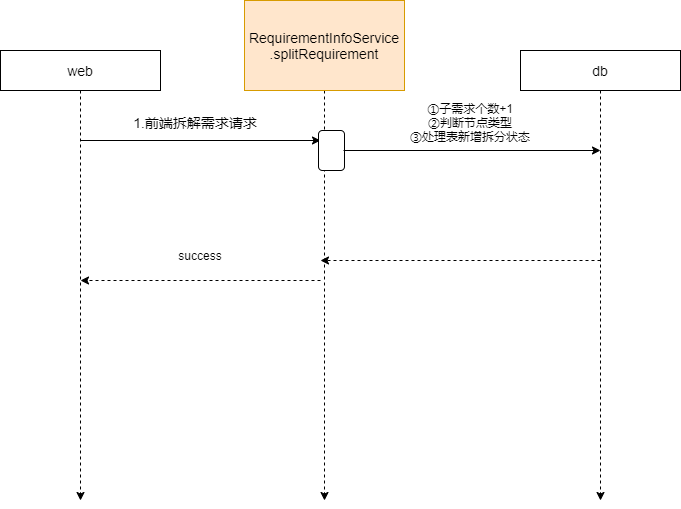
This is Company/requirement.png from LePeitiPrince/note-picture, a draw.io export, as it was before one commit. Source tidied: cells renumbered, new cells last; positions are measured from the earlier drawing's top-left corner, leaving out a move shared by most shapes. The source it was exported from:
```xml
<mxGraphModel>
  <root>
    <mxCell id="0" />
    <mxCell id="1" parent="0" />
    <mxCell id="2" style="edgeStyle=orthogonalEdgeStyle;rounded=0;jettySize=auto;html=1;exitX=0.5;exitY=1;exitDx=0;exitDy=0;fontSize=14;dashed=1;" parent="1" edge="1" source="3">
      <mxGeometry relative="1" as="geometry">
        <mxPoint x="80" y="500" as="targetPoint" />
      </mxGeometry>
    </mxCell>
    <mxCell id="3" value="web" style="rounded=0;whiteSpace=wrap;html=1;fontSize=14;" parent="1" vertex="1">
      <mxGeometry y="50" width="160" height="40" as="geometry" />
    </mxCell>
    <mxCell id="4" style="edgeStyle=orthogonalEdgeStyle;rounded=0;jettySize=auto;html=1;exitX=0.5;exitY=1;exitDx=0;exitDy=0;fontSize=14;dashed=1;" parent="1" edge="1" source="5">
      <mxGeometry relative="1" as="geometry">
        <mxPoint x="324" y="500" as="targetPoint" />
      </mxGeometry>
    </mxCell>
    <mxCell id="5" value="RequirementInfoService&lt;br&gt;.splitRequirement" style="rounded=0;whiteSpace=wrap;html=1;fontSize=14;fillColor=#ffe6cc;strokeColor=#d79b00;" parent="1" vertex="1">
      <mxGeometry x="244" width="160" height="90" as="geometry" />
    </mxCell>
    <mxCell id="6" style="edgeStyle=orthogonalEdgeStyle;rounded=0;jettySize=auto;html=1;exitX=0.5;exitY=1;exitDx=0;exitDy=0;fontSize=14;dashed=1;" parent="1" edge="1" source="7">
      <mxGeometry relative="1" as="geometry">
        <mxPoint x="600" y="500" as="targetPoint" />
      </mxGeometry>
    </mxCell>
    <mxCell id="7" value="db" style="rounded=0;whiteSpace=wrap;html=1;fontSize=14;" parent="1" vertex="1">
      <mxGeometry x="520" y="50" width="160" height="40" as="geometry" />
    </mxCell>
    <mxCell id="8" style="endArrow=classic;html=1;rounded=0;fontSize=14;" parent="1" edge="1">
      <mxGeometry relative="1" as="geometry">
        <mxPoint x="80" y="140" as="sourcePoint" />
        <mxPoint x="320" y="140" as="targetPoint" />
      </mxGeometry>
    </mxCell>
    <mxCell id="9" value="1.前端拆解需求请求" style="text;html=1;strokeColor=none;fillColor=none;align=center;verticalAlign=middle;whiteSpace=wrap;rounded=0;fontSize=14;" parent="1" vertex="1">
      <mxGeometry x="100" y="107" width="190" height="30" as="geometry" />
    </mxCell>
    <mxCell id="10" style="rounded=1;whiteSpace=wrap;html=1;fontSize=14;" parent="1" vertex="1">
      <mxGeometry x="318" y="130" width="26" height="40" as="geometry" />
    </mxCell>
    <mxCell id="11" style="endArrow=classic;html=1;rounded=0;fontSize=14;" parent="1" edge="1">
      <mxGeometry relative="1" as="geometry">
        <mxPoint x="343" y="150" as="sourcePoint" />
        <mxPoint x="600" y="150" as="targetPoint" />
      </mxGeometry>
    </mxCell>
    <mxCell id="12" value="①子需求个数+1&lt;br&gt;②判断节点类型&lt;br&gt;③处理表新增拆分状态" style="text;html=1;strokeColor=none;fillColor=none;align=center;verticalAlign=middle;whiteSpace=wrap;rounded=0;fontSize=12;" parent="1" vertex="1">
      <mxGeometry x="360" y="107" width="220" height="30" as="geometry" />
    </mxCell>
    <mxCell id="13" style="endArrow=classic;html=1;rounded=0;fontSize=12;dashed=1;" parent="1" edge="1">
      <mxGeometry relative="1" as="geometry">
        <mxPoint x="600" y="260" as="sourcePoint" />
        <mxPoint x="320" y="260" as="targetPoint" />
      </mxGeometry>
    </mxCell>
    <mxCell id="14" style="endArrow=classic;html=1;rounded=0;dashed=1;fontSize=12;" parent="1" edge="1">
      <mxGeometry relative="1" as="geometry">
        <mxPoint x="320" y="280" as="sourcePoint" />
        <mxPoint x="80" y="280" as="targetPoint" />
      </mxGeometry>
    </mxCell>
    <mxCell id="15" value="success" style="text;html=1;strokeColor=none;fillColor=none;align=center;verticalAlign=middle;whiteSpace=wrap;rounded=0;fontSize=12;" parent="1" vertex="1">
      <mxGeometry x="170" y="240" width="60" height="30" as="geometry" />
    </mxCell>
  </root>
</mxGraphModel>
```
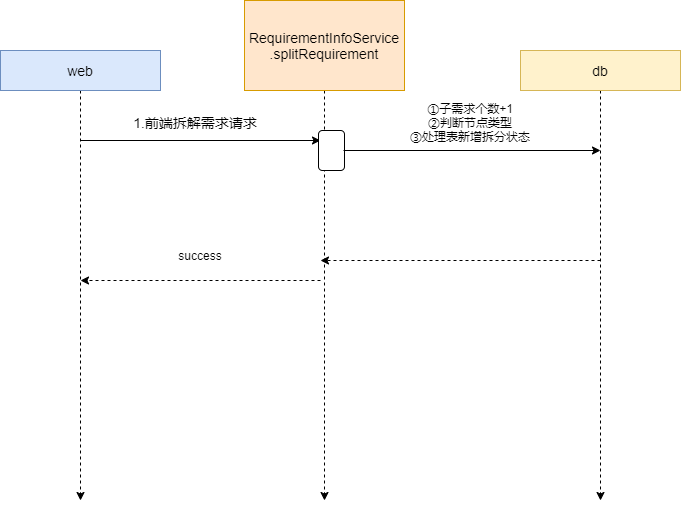
The same file after the commit.

Change to the diagram source:
```diff
@@ -7,7 +7,7 @@
         <mxPoint x="80" y="500" as="targetPoint" />
       </mxGeometry>
     </mxCell>
-    <mxCell id="3" value="web" style="rounded=0;whiteSpace=wrap;html=1;fontSize=14;" parent="1" vertex="1">
+    <mxCell id="3" value="web" style="rounded=0;whiteSpace=wrap;html=1;fontSize=14;fillColor=#dae8fc;strokeColor=#6c8ebf;" parent="1" vertex="1">
       <mxGeometry y="50" width="160" height="40" as="geometry" />
     </mxCell>
     <mxCell id="4" style="edgeStyle=orthogonalEdgeStyle;rounded=0;jettySize=auto;html=1;exitX=0.5;exitY=1;exitDx=0;exitDy=0;fontSize=14;dashed=1;" parent="1" edge="1" source="5">
@@ -23,7 +23,7 @@
         <mxPoint x="600" y="500" as="targetPoint" />
       </mxGeometry>
     </mxCell>
-    <mxCell id="7" value="db" style="rounded=0;whiteSpace=wrap;html=1;fontSize=14;" parent="1" vertex="1">
+    <mxCell id="7" value="db" style="rounded=0;whiteSpace=wrap;html=1;fontSize=14;fillColor=#fff2cc;strokeColor=#d6b656;" parent="1" vertex="1">
       <mxGeometry x="520" y="50" width="160" height="40" as="geometry" />
     </mxCell>
     <mxCell id="8" style="endArrow=classic;html=1;rounded=0;fontSize=14;" parent="1" edge="1">
```
